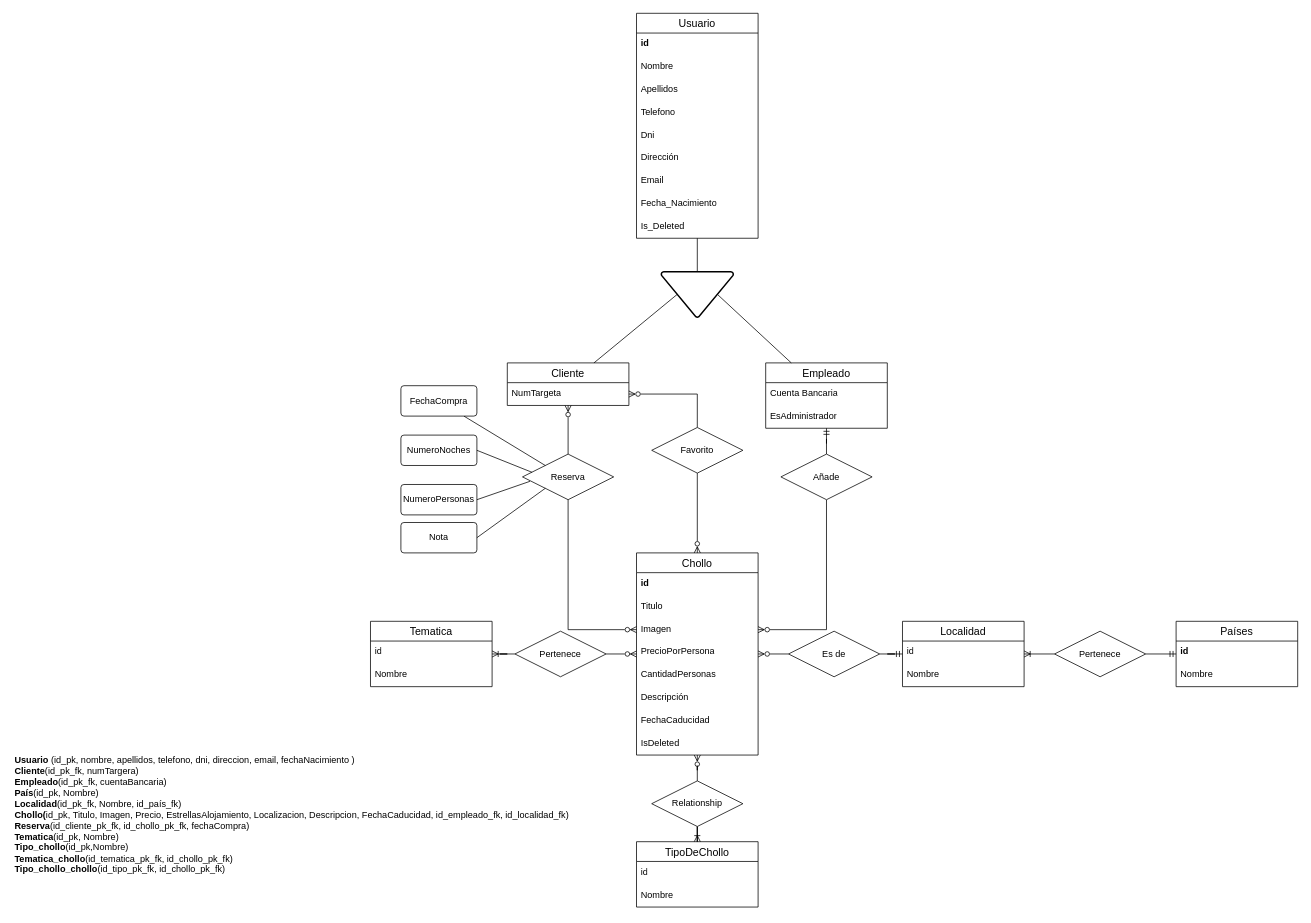
This is HamacaDB.drawio from JuankaEsMa/bootcamp-c6-proyecto-final, a draw.io file, before an edit. Source tidied: cells renumbered, new cells numbered last; positions are measured from the earlier drawing's top-left corner, leaving out a move shared by most shapes. Both pictures are drawn from the tidied source at 76%, with x=0, y=0 at pixel (13, 13).
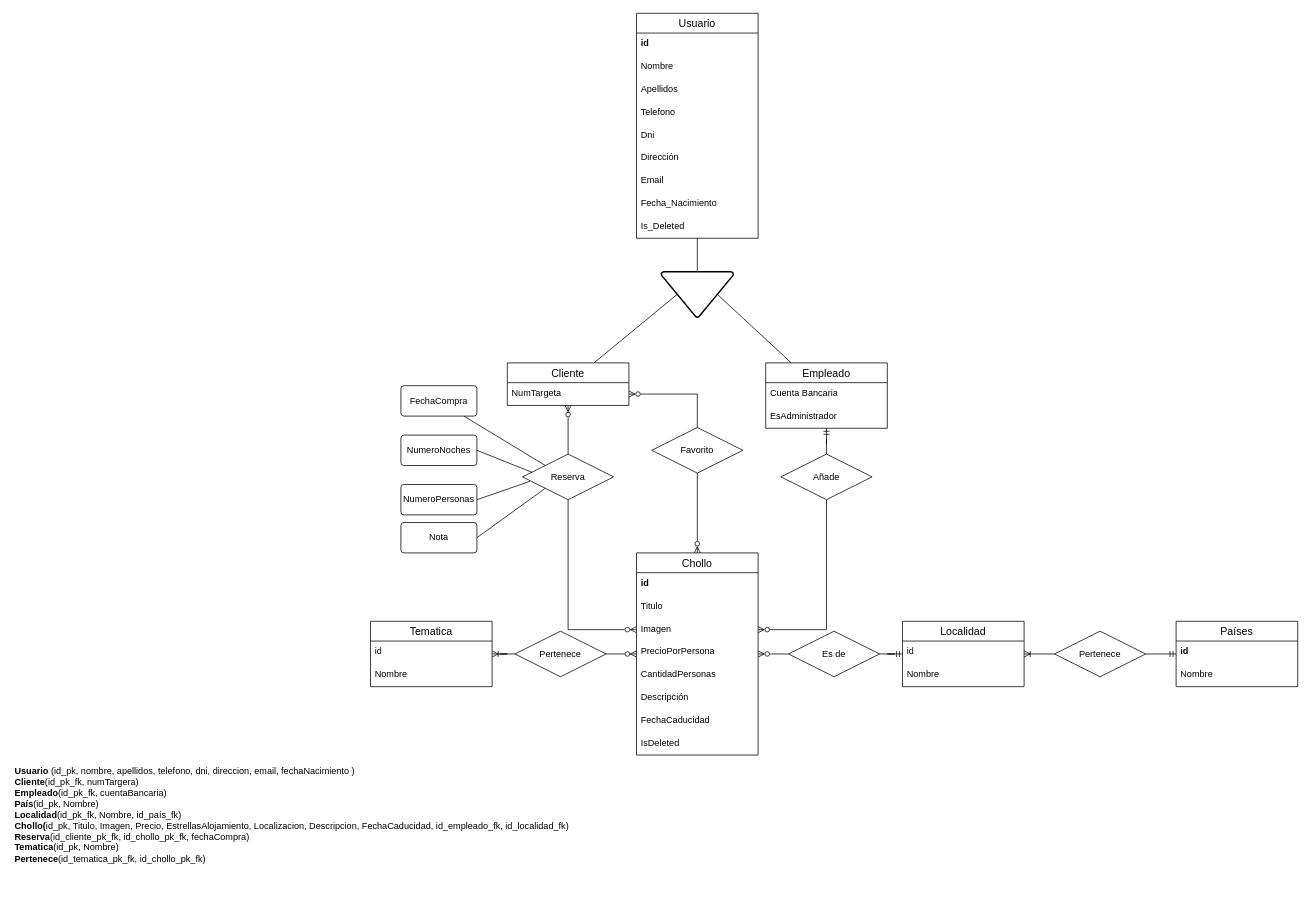
After the change.

Commit message:
actualizar diagrama

The change refers to these unchanged cells:
```xml
<mxCell id="21" value="Chollo" style="swimlane;fontStyle=0;horizontal=1;startSize=26;align=center;fontSize=14;" parent="1" vertex="1">
  <mxGeometry x="820" y="710" width="160" height="266" as="geometry" />
</mxCell>
```

Change to the diagram source:
```diff
@@
-    <mxCell id="38" value="&lt;b&gt;Usuario &lt;/b&gt;(id_pk, nombre, apellidos, telefono, dni, direccion, email, fechaNacimiento )&lt;br&gt;&lt;b&gt;Cliente&lt;/b&gt;(id_pk_fk, numTargera)&lt;br&gt;&lt;b&gt;Empleado&lt;/b&gt;(id_pk_fk, cuentaBancaria)&lt;br&gt;&lt;b&gt;País&lt;/b&gt;(id_pk, Nombre)&lt;br&gt;&lt;b&gt;Localidad&lt;/b&gt;(id_pk_fk, Nombre, id_país_fk)&lt;br&gt;&lt;b&gt;Chollo(&lt;/b&gt;id_pk,&lt;b&gt;&amp;nbsp;&lt;/b&gt;Titulo, Imagen, Precio, EstrellasAlojamiento, Localizacion, Descripcion, FechaCaducidad, id_empleado_fk, id_localidad_fk)&lt;br&gt;&lt;b&gt;Reserva&lt;/b&gt;(id_cliente_pk_fk, id_chollo_pk_fk, fechaCompra)&lt;br&gt;&lt;b&gt;Tematica&lt;/b&gt;(id_pk, Nombre)&lt;br&gt;&lt;b&gt;Tipo_chollo&lt;/b&gt;(id_pk,Nombre)&lt;br&gt;&lt;b&gt;Tematica_chollo&lt;/b&gt;(id_tematica_pk_fk, id_chollo_pk_fk)&lt;br&gt;&lt;b&gt;Tipo_chollo_chollo&lt;/b&gt;(id_tipo_pk_fk, id_chollo_pk_fk)" style="text;html=1;strokeColor=none;fillColor=none;align=left;verticalAlign=middle;whiteSpace=wrap;rounded=0;" parent="1" vertex="1">
+    <mxCell id="38" value="&lt;b&gt;Usuario &lt;/b&gt;(id_pk, nombre, apellidos, telefono, dni, direccion, email, fechaNacimiento )&lt;br&gt;&lt;b&gt;Cliente&lt;/b&gt;(id_pk_fk, numTargera)&lt;br&gt;&lt;b&gt;Empleado&lt;/b&gt;(id_pk_fk, cuentaBancaria)&lt;br&gt;&lt;b&gt;País&lt;/b&gt;(id_pk, Nombre)&lt;br&gt;&lt;b&gt;Localidad&lt;/b&gt;(id_pk_fk, Nombre, id_país_fk)&lt;br&gt;&lt;b&gt;Chollo(&lt;/b&gt;id_pk,&lt;b&gt;&amp;nbsp;&lt;/b&gt;Titulo, Imagen, Precio, EstrellasAlojamiento, Localizacion, Descripcion, FechaCaducidad, id_empleado_fk, id_localidad_fk)&lt;br&gt;&lt;b&gt;Reserva&lt;/b&gt;(id_cliente_pk_fk, id_chollo_pk_fk, fechaCompra)&lt;br&gt;&lt;b&gt;Tematica&lt;/b&gt;(id_pk, Nombre)&lt;br&gt;&lt;b&gt;Pertenece&lt;/b&gt;(id_tematica_pk_fk, id_chollo_pk_fk)" style="text;html=1;strokeColor=none;fillColor=none;align=left;verticalAlign=middle;whiteSpace=wrap;rounded=0;" parent="1" vertex="1">
       <mxGeometry y="950" width="790" height="210" as="geometry" />
     </mxCell>
@@
-    <mxCell id="66" value="TipoDeChollo" style="swimlane;fontStyle=0;horizontal=1;startSize=26;align=center;fontSize=14;" parent="1" vertex="1">
-      <mxGeometry x="820" y="1090" width="160" height="86" as="geometry" />
-    </mxCell>
-    <mxCell id="67" value="id" style="text;strokeColor=none;fillColor=none;spacingLeft=4;spacingRight=4;overflow=hidden;fontSize=12;whiteSpace=wrap;html=1;" parent="66" vertex="1">
-      <mxGeometry y="26" width="160" height="30" as="geometry" />
-    </mxCell>
-    <mxCell id="68" value="Nombre" style="text;strokeColor=none;fillColor=none;spacingLeft=4;spacingRight=4;overflow=hidden;fontSize=12;whiteSpace=wrap;html=1;" parent="66" vertex="1">
-      <mxGeometry y="56" width="160" height="30" as="geometry" />
-    </mxCell>
-    <mxCell id="69" style="edgeStyle=orthogonalEdgeStyle;rounded=0;jettySize=auto;html=1;endArrow=ERoneToMany;endFill=0;" parent="1" edge="1" source="71" target="66">
-      <mxGeometry relative="1" as="geometry" />
-    </mxCell>
-    <mxCell id="70" style="edgeStyle=orthogonalEdgeStyle;rounded=0;jettySize=auto;html=1;endArrow=ERzeroToMany;endFill=0;" parent="1" edge="1" source="71" target="21">
-      <mxGeometry relative="1" as="geometry" />
-    </mxCell>
-    <mxCell id="71" value="Relationship" style="shape=rhombus;perimeter=rhombusPerimeter;whiteSpace=wrap;html=1;align=center;" parent="1" vertex="1">
-      <mxGeometry x="840" y="1010" width="120" height="60" as="geometry" />
-    </mxCell>
```
